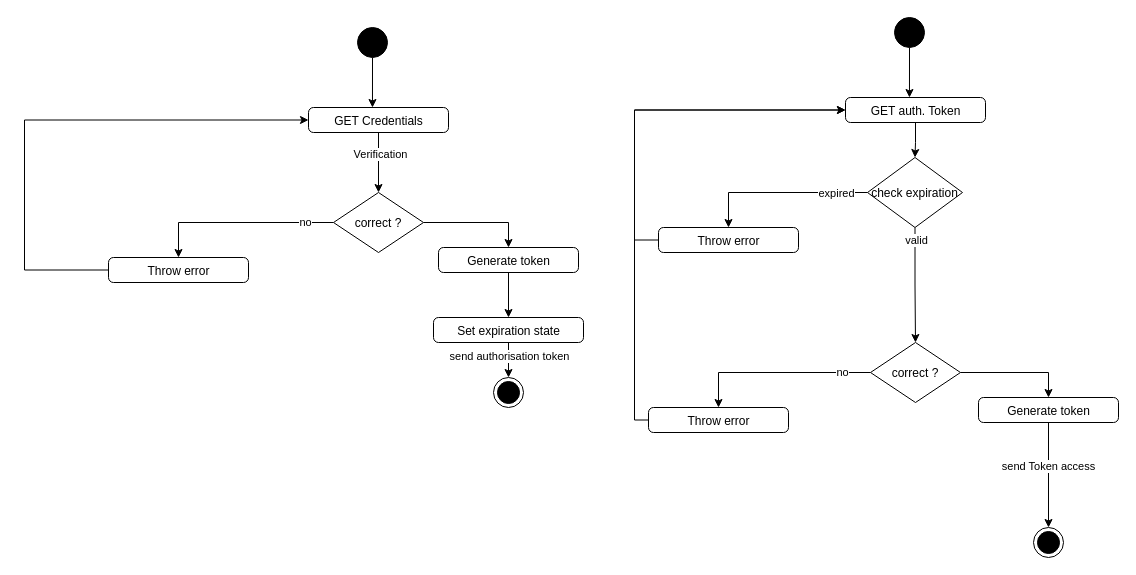
The draw.io diagram page "State Diagram" (4 of 5) of UseCase.drawio in TheoPasquier/Ai-Personnality-chatting, before the edit. Source tidied: cells renumbered, new cells numbered last; positions are measured from the earlier drawing's top-left corner, leaving out a move shared by most shapes. Both pictures are drawn from the tidied source at 100%, with x=0, y=0 at pixel (24, 17).
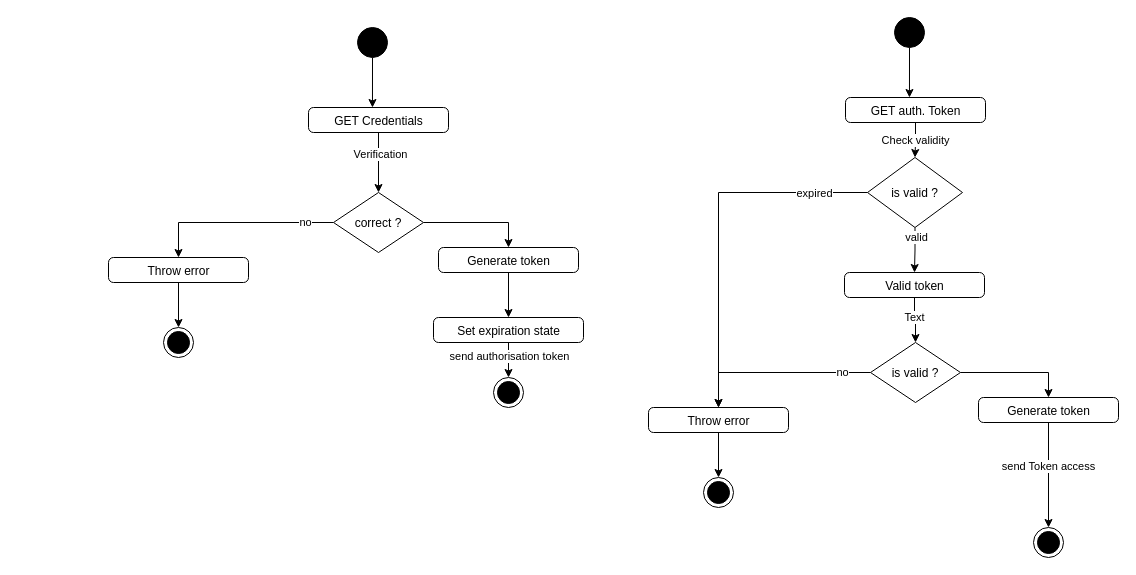
Above is the later version.

Unchanged cells that the change refers to:
```xml
<mxCell id="6" value="GET Credentials" style="html=1;align=center;verticalAlign=top;rounded=1;absoluteArcSize=1;arcSize=10;dashed=0;" parent="1" vertex="1">
  <mxGeometry x="284" y="90" width="140" height="25" as="geometry" />
</mxCell>
<mxCell id="8" value="Throw error" style="html=1;align=center;verticalAlign=top;rounded=1;absoluteArcSize=1;arcSize=10;dashed=0;" parent="1" vertex="1">
  <mxGeometry x="84" y="240" width="140" height="25" as="geometry" />
</mxCell>
<mxCell id="22" value="GET auth. Token" style="html=1;align=center;verticalAlign=top;rounded=1;absoluteArcSize=1;arcSize=10;dashed=0;" parent="1" vertex="1">
  <mxGeometry x="821" y="80" width="140" height="25" as="geometry" />
</mxCell>
<mxCell id="24" value="Throw error" style="html=1;align=center;verticalAlign=top;rounded=1;absoluteArcSize=1;arcSize=10;dashed=0;" parent="1" vertex="1">
  <mxGeometry x="624" y="390" width="140" height="25" as="geometry" />
</mxCell>
```

What changed in the source:
```diff
@@
-    <mxCell id="7" style="edgeStyle=orthogonalEdgeStyle;rounded=0;jettySize=auto;html=1;entryX=0;entryY=0.5;entryDx=0;entryDy=0;" parent="1" edge="1" source="8" target="6">
-      <mxGeometry relative="1" as="geometry">
-        <Array as="points">
-          <mxPoint y="252" />
-          <mxPoint y="102" />
-        </Array>
-      </mxGeometry>
-    </mxCell>
+    <mxCell id="40" style="edgeStyle=orthogonalEdgeStyle;rounded=0;jettySize=auto;html=1;entryX=0.5;entryY=0;entryDx=0;entryDy=0;" parent="1" edge="1" source="8" target="45">
+      <mxGeometry relative="1" as="geometry" />
+    </mxCell>
@@
-    <mxCell id="21" style="edgeStyle=orthogonalEdgeStyle;rounded=0;jettySize=auto;html=1;" parent="1" edge="1" source="22" target="37">
+    <mxCell id="21" value="Check validity" style="edgeStyle=orthogonalEdgeStyle;rounded=0;jettySize=auto;html=1;" parent="1" edge="1" source="22" target="37">
       <mxGeometry relative="1" as="geometry" />
     </mxCell>
@@
-    <mxCell id="23" style="edgeStyle=orthogonalEdgeStyle;rounded=0;jettySize=auto;html=1;entryX=0;entryY=0.5;entryDx=0;entryDy=0;" parent="1" edge="1" source="24" target="22">
-      <mxGeometry relative="1" as="geometry">
-        <Array as="points">
-          <mxPoint x="610" y="402" />
-          <mxPoint x="610" y="92" />
-        </Array>
-      </mxGeometry>
-    </mxCell>
+    <mxCell id="41" style="edgeStyle=orthogonalEdgeStyle;rounded=0;jettySize=auto;html=1;entryX=0.5;entryY=0;entryDx=0;entryDy=0;" parent="1" edge="1" source="24" target="46">
+      <mxGeometry relative="1" as="geometry" />
+    </mxCell>
@@
-    <mxCell id="28" value="correct ?" style="rhombus;" parent="1" vertex="1">
+    <mxCell id="28" value="is valid ?" style="rhombus;" parent="1" vertex="1">
       <mxGeometry x="846" y="325" width="90" height="60" as="geometry" />
     </mxCell>
@@
-    <mxCell id="33" style="edgeStyle=orthogonalEdgeStyle;rounded=0;jettySize=auto;html=1;entryX=0.5;entryY=0;entryDx=0;entryDy=0;" parent="1" edge="1" source="37" target="28">
+    <mxCell id="33" style="edgeStyle=orthogonalEdgeStyle;rounded=0;jettySize=auto;html=1;entryX=0.5;entryY=0;entryDx=0;entryDy=0;" parent="1" edge="1" source="37" target="44">
       <mxGeometry relative="1" as="geometry" />
     </mxCell>
@@
-    <mxCell id="35" style="edgeStyle=orthogonalEdgeStyle;rounded=0;jettySize=auto;html=1;entryX=0.5;entryY=0;entryDx=0;entryDy=0;" parent="1" edge="1" source="37" target="39">
-      <mxGeometry relative="1" as="geometry" />
+    <mxCell id="35" style="edgeStyle=orthogonalEdgeStyle;rounded=0;jettySize=auto;html=1;entryX=0.5;entryY=0;entryDx=0;entryDy=0;" parent="1" edge="1" source="37" target="24">
+      <mxGeometry relative="1" as="geometry">
+        <Array as="points">
+          <mxPoint x="694" y="175" />
+        </Array>
+      </mxGeometry>
     </mxCell>
@@
-    <mxCell id="37" value="check expiration" style="rhombus;" parent="1" vertex="1">
+    <mxCell id="37" value="is valid ?" style="rhombus;" parent="1" vertex="1">
       <mxGeometry x="843" y="140" width="95" height="70" as="geometry" />
     </mxCell>
-    <mxCell id="38" style="edgeStyle=orthogonalEdgeStyle;rounded=0;jettySize=auto;html=1;entryX=0;entryY=0.5;entryDx=0;entryDy=0;" parent="1" edge="1" source="39" target="22">
-      <mxGeometry relative="1" as="geometry">
-        <Array as="points">
-          <mxPoint x="610" y="222" />
-          <mxPoint x="610" y="92" />
-        </Array>
-      </mxGeometry>
-    </mxCell>
-    <mxCell id="39" value="Throw error" style="html=1;align=center;verticalAlign=top;rounded=1;absoluteArcSize=1;arcSize=10;dashed=0;" parent="1" vertex="1">
-      <mxGeometry x="634" y="210" width="140" height="25" as="geometry" />
-    </mxCell>
+    <mxCell id="42" style="edgeStyle=orthogonalEdgeStyle;rounded=0;jettySize=auto;html=1;entryX=0.5;entryY=0;entryDx=0;entryDy=0;" parent="1" edge="1" source="44" target="28">
+      <mxGeometry relative="1" as="geometry" />
+    </mxCell>
+    <mxCell id="43" value="Text" style="edgeLabel;html=1;align=center;verticalAlign=middle;" parent="42" vertex="1">
+      <mxGeometry x="-0.18" y="-1" relative="1" as="geometry" />
+    </mxCell>
+    <mxCell id="44" value="Valid token" style="html=1;align=center;verticalAlign=top;rounded=1;absoluteArcSize=1;arcSize=10;dashed=0;" parent="1" vertex="1">
+      <mxGeometry x="820" y="255" width="140" height="25" as="geometry" />
+    </mxCell>
+    <mxCell id="45" style="ellipse;html=1;shape=endState;fillColor=strokeColor;" parent="1" vertex="1">
+      <mxGeometry x="139" y="310" width="30" height="30" as="geometry" />
+    </mxCell>
+    <mxCell id="46" style="ellipse;html=1;shape=endState;fillColor=strokeColor;" parent="1" vertex="1">
+      <mxGeometry x="679" y="460" width="30" height="30" as="geometry" />
+    </mxCell>
```
